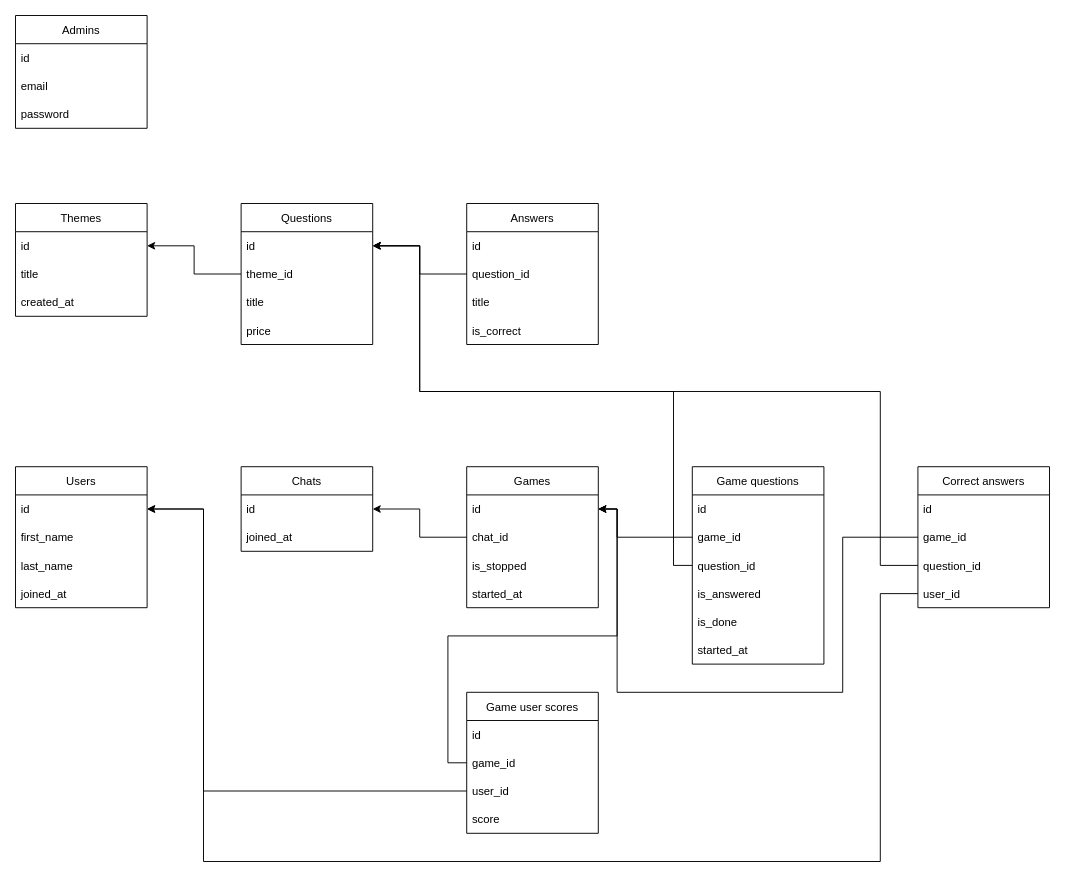
This is page "Models" (2 of 2) of schema.drawio from ipakeev/vk_quiz_bot, a draw.io file, before an edit. Source tidied: cells renumbered, new cells numbered last; positions are measured from the earlier drawing's top-left corner, leaving out a move shared by most shapes. Both pictures are drawn from the tidied source at 94%, with x=0, y=0 at pixel (15, 15).
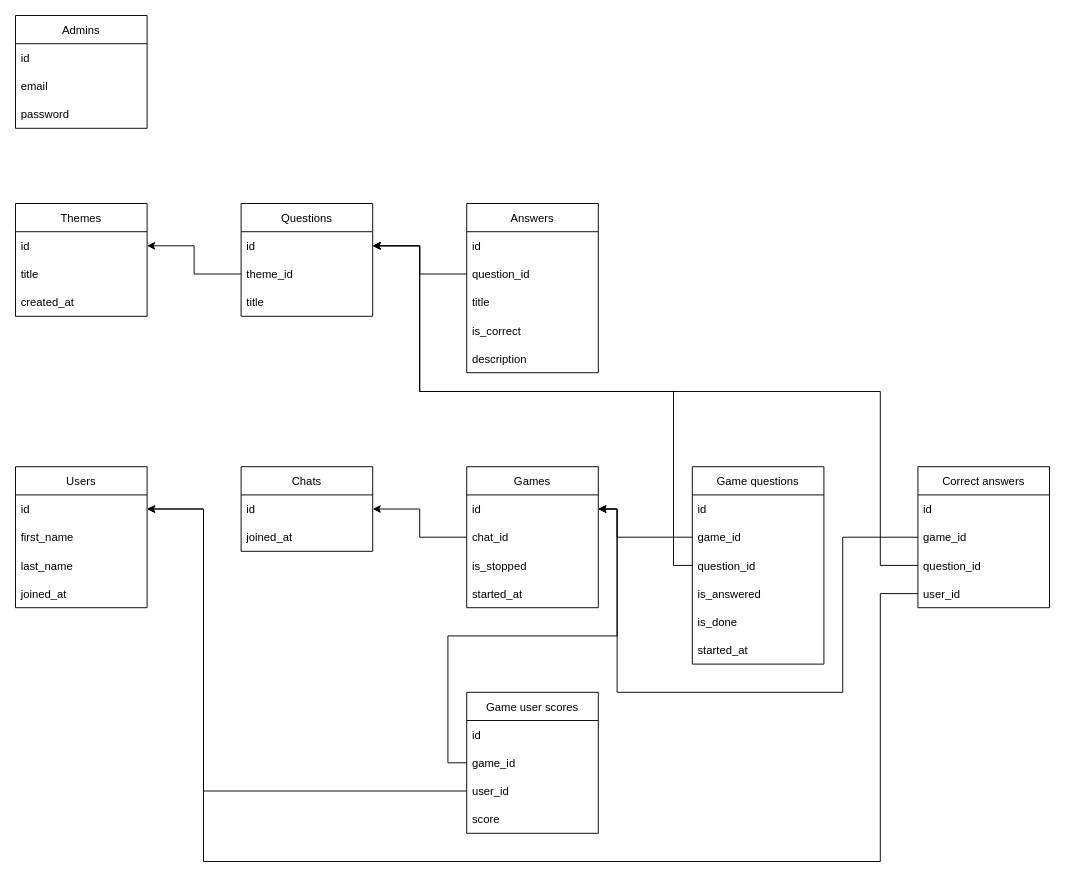
Above is the later version.

Diff of the diagram source:
```diff
@@
     <mxCell id="6" value="Questions" style="swimlane;fontStyle=0;horizontal=1;startSize=30;" parent="1" vertex="1">
-      <mxGeometry x="240" y="200" width="140" height="150" as="geometry" />
+      <mxGeometry x="240" y="200" width="140" height="120" as="geometry" />
     </mxCell>
@@
-    <mxCell id="10" value="price" style="text;strokeColor=none;fillColor=none;align=left;verticalAlign=middle;spacingLeft=4;spacingRight=4;overflow=hidden;" parent="6" vertex="1">
-      <mxGeometry y="120" width="140" height="30" as="geometry" />
-    </mxCell>
     <mxCell id="11" value="Answers" style="swimlane;fontStyle=0;horizontal=1;startSize=30;" parent="1" vertex="1">
-      <mxGeometry x="480" y="200" width="140" height="150" as="geometry" />
+      <mxGeometry x="480" y="200" width="140" height="180" as="geometry" />
     </mxCell>
@@
+    <mxCell id="60" value="description" style="text;strokeColor=none;fillColor=none;align=left;verticalAlign=middle;spacingLeft=4;spacingRight=4;overflow=hidden;" parent="11" vertex="1">
+      <mxGeometry y="150" width="140" height="30" as="geometry" />
+    </mxCell>
```
